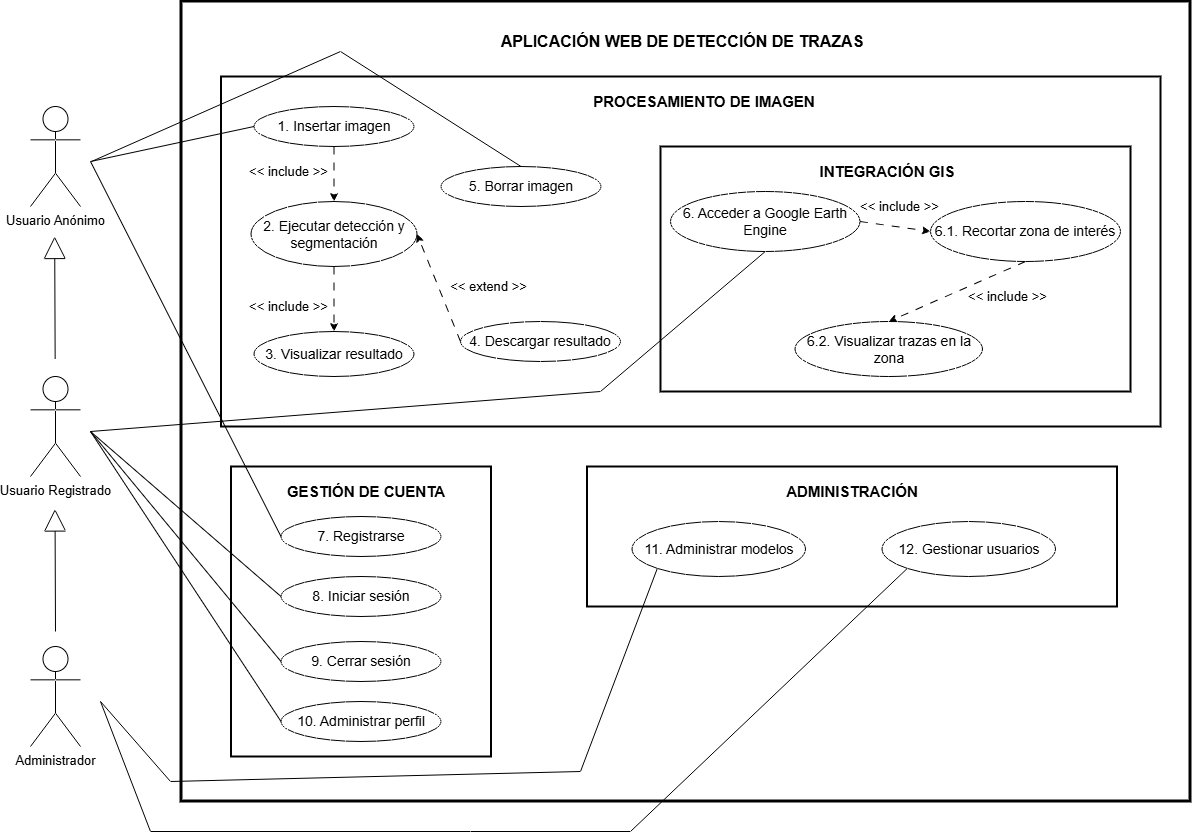
The draw.io diagram doc/img/CasosDeUso.png in Marcurio22/TFG-Marcos-Zamorano, before a commit. Source tidied: cells renumbered, new cells last; positions are measured from the earlier drawing's top-left corner, leaving out a move shared by most shapes.
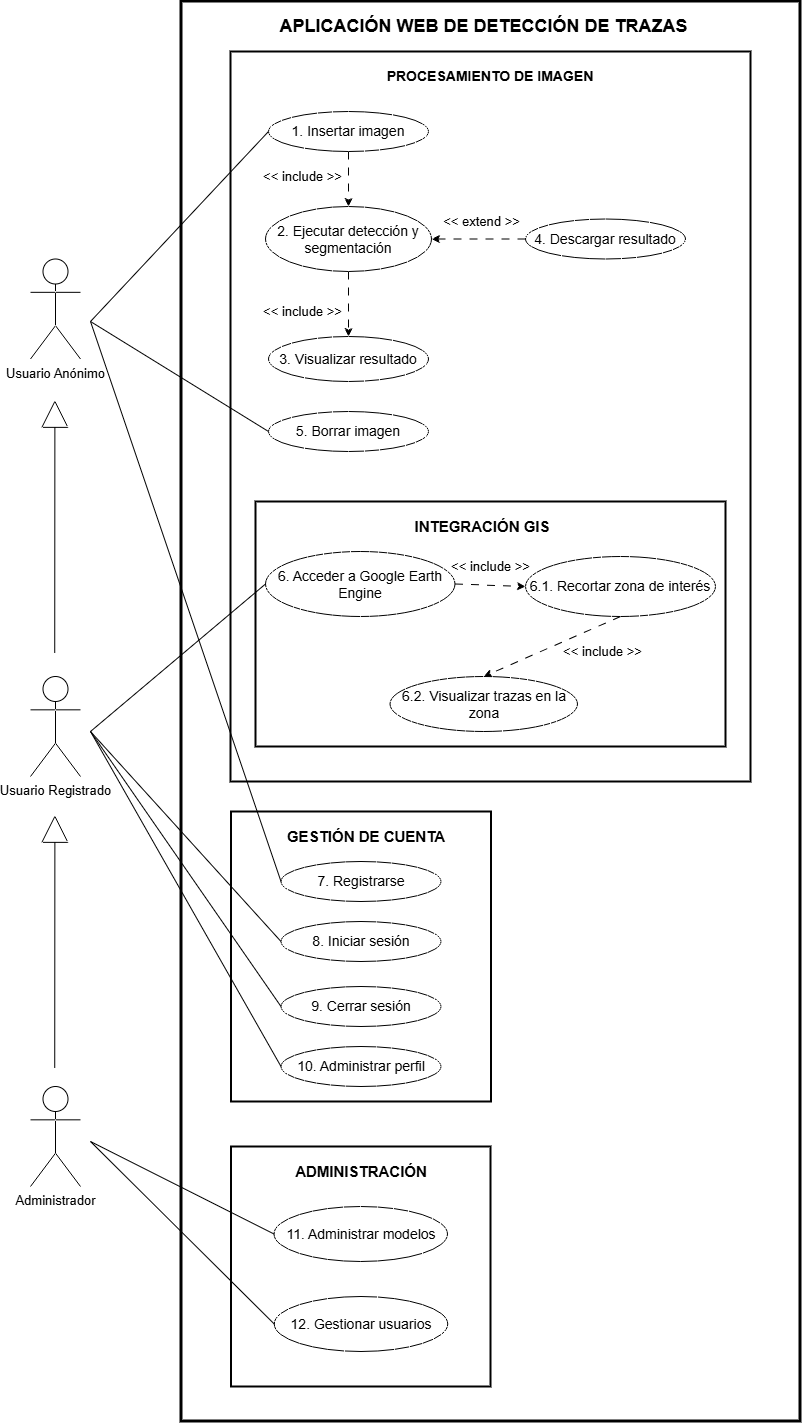
Later version of the same file.

Commit message:
Diagrama CU arreglado

Change to the diagram source:
```diff
@@ -3,187 +3,172 @@
     <mxCell id="0" />
     <mxCell id="1" parent="0" />
     <mxCell id="2" value="&lt;font style=&quot;font-size: 13px;&quot;&gt;Usuario Registrado&lt;/font&gt;" style="shape=umlActor;verticalLabelPosition=bottom;verticalAlign=top;html=1;" parent="1" vertex="1">
-      <mxGeometry y="375" width="50" height="100" as="geometry" />
+      <mxGeometry y="635" width="50" height="100" as="geometry" />
     </mxCell>
     <mxCell id="3" style="rounded=0;whiteSpace=wrap;html=1;fillColor=none;strokeWidth=3;" parent="1" vertex="1">
-      <mxGeometry x="151" width="1009" height="800" as="geometry" />
+      <mxGeometry x="151" y="-40" width="619" height="1420" as="geometry" />
     </mxCell>
     <mxCell id="4" style="rounded=0;whiteSpace=wrap;html=1;fillColor=none;strokeWidth=2;" parent="1" vertex="1">
-      <mxGeometry x="200.5" y="465" width="260" height="290" as="geometry" />
+      <mxGeometry x="200.5" y="770" width="260" height="290" as="geometry" />
     </mxCell>
     <mxCell id="5" value="&lt;font style=&quot;font-size: 15px;&quot;&gt;&lt;b&gt;GESTIÓN DE CUENTA&lt;/b&gt;&lt;/font&gt;" style="text;html=1;align=center;verticalAlign=middle;whiteSpace=wrap;rounded=0;" parent="1" vertex="1">
-      <mxGeometry x="235.5" y="475" width="200" height="30" as="geometry" />
+      <mxGeometry x="235.5" y="780" width="200" height="30" as="geometry" />
     </mxCell>
     <mxCell id="6" value="&lt;span style=&quot;font-size: 14px;&quot;&gt;8. Iniciar sesión&lt;/span&gt;" style="ellipse;whiteSpace=wrap;html=1;" parent="1" vertex="1">
-      <mxGeometry x="250.5" y="575" width="160" height="40" as="geometry" />
+      <mxGeometry x="250.5" y="880" width="160" height="40" as="geometry" />
     </mxCell>
     <mxCell id="7" value="&lt;span style=&quot;font-size: 14px;&quot;&gt;10. Administrar perfil&lt;/span&gt;" style="ellipse;whiteSpace=wrap;html=1;" parent="1" vertex="1">
-      <mxGeometry x="250.5" y="700" width="160" height="40" as="geometry" />
+      <mxGeometry x="250.5" y="1005" width="160" height="40" as="geometry" />
     </mxCell>
     <mxCell id="8" value="&lt;span style=&quot;font-size: 14px;&quot;&gt;9. Cerrar sesión&lt;/span&gt;" style="ellipse;whiteSpace=wrap;html=1;" parent="1" vertex="1">
-      <mxGeometry x="250.5" y="640" width="160" height="40" as="geometry" />
+      <mxGeometry x="250.5" y="945" width="160" height="40" as="geometry" />
     </mxCell>
     <mxCell id="9" value="&lt;font style=&quot;font-size: 13px;&quot;&gt;Usuario Anónimo&lt;/font&gt;" style="shape=umlActor;verticalLabelPosition=bottom;verticalAlign=top;html=1;" parent="1" vertex="1">
-      <mxGeometry y="105" width="50" height="100" as="geometry" />
+      <mxGeometry y="217.5" width="50" height="100" as="geometry" />
     </mxCell>
-    <mxCell id="10" style="endArrow=block;html=1;rounded=0;endFill=0;strokeWidth=1;endSize=20;" parent="1" edge="1">
-      <mxGeometry relative="1" as="geometry">
-        <mxPoint x="25" y="630" as="sourcePoint" />
-        <mxPoint x="24.5" y="507.5" as="targetPoint" />
-      </mxGeometry>
-    </mxCell>
-    <mxCell id="11" value="&lt;font&gt;APLICACIÓN WEB DE DETECCIÓN DE TRAZAS&lt;/font&gt;" style="text;html=1;align=center;verticalAlign=middle;whiteSpace=wrap;rounded=0;fontSize=16;fontStyle=1;" parent="1" vertex="1">
-      <mxGeometry x="451.5" y="25" width="400" height="30" as="geometry" />
+    <mxCell id="11" value="&lt;font&gt;APLICACIÓN WEB DE DETECCIÓN DE TRAZAS&lt;/font&gt;" style="text;html=1;align=center;verticalAlign=middle;whiteSpace=wrap;rounded=0;fontSize=18;fontStyle=1;" parent="1" vertex="1">
+      <mxGeometry x="241" y="-30" width="424.5" height="30" as="geometry" />
     </mxCell>
     <mxCell id="12" style="rounded=0;whiteSpace=wrap;html=1;fillColor=none;strokeWidth=2;" parent="1" vertex="1">
-      <mxGeometry x="190.5" y="75" width="939.5" height="350" as="geometry" />
+      <mxGeometry x="200" y="10" width="520" height="730" as="geometry" />
     </mxCell>
-    <mxCell id="13" value="&lt;font style=&quot;font-size: 15px;&quot;&gt;&lt;b&gt;PROCESAMIENTO DE IMAGEN&lt;/b&gt;&lt;/font&gt;" style="text;html=1;align=center;verticalAlign=middle;whiteSpace=wrap;rounded=0;" parent="1" vertex="1">
-      <mxGeometry x="533.5" y="85" width="280" height="30" as="geometry" />
+    <mxCell id="13" value="&lt;font&gt;&lt;b&gt;PROCESAMIENTO DE IMAGEN&lt;/b&gt;&lt;/font&gt;" style="text;html=1;align=center;verticalAlign=middle;whiteSpace=wrap;rounded=0;fontSize=14;" parent="1" vertex="1">
+      <mxGeometry x="320" y="20" width="280" height="30" as="geometry" />
     </mxCell>
     <mxCell id="14" value="&lt;span style=&quot;font-size: 14px;&quot;&gt;1. Insertar imagen&lt;/span&gt;" style="ellipse;whiteSpace=wrap;html=1;" parent="1" vertex="1">
-      <mxGeometry x="223.5" y="105" width="160" height="40" as="geometry" />
+      <mxGeometry x="238" y="70" width="160" height="40" as="geometry" />
     </mxCell>
     <mxCell id="15" value="&lt;span style=&quot;font-size: 14px;&quot;&gt;2. Ejecutar detección y segmentación&lt;/span&gt;" style="ellipse;whiteSpace=wrap;html=1;" parent="1" vertex="1">
-      <mxGeometry x="220.5" y="200" width="166" height="65" as="geometry" />
+      <mxGeometry x="235" y="165" width="166" height="65" as="geometry" />
     </mxCell>
     <mxCell id="16" value="&lt;span style=&quot;font-size: 14px;&quot;&gt;3. Visualizar resultado&lt;/span&gt;" style="ellipse;whiteSpace=wrap;html=1;" parent="1" vertex="1">
-      <mxGeometry x="223.5" y="330" width="160" height="45" as="geometry" />
+      <mxGeometry x="238" y="295" width="160" height="45" as="geometry" />
     </mxCell>
     <mxCell id="17" value="&lt;span style=&quot;font-size: 14px;&quot;&gt;5. Borrar imagen&lt;/span&gt;" style="ellipse;whiteSpace=wrap;html=1;" parent="1" vertex="1">
-      <mxGeometry x="410.5" y="165" width="160" height="40" as="geometry" />
+      <mxGeometry x="238" y="370" width="160" height="40" as="geometry" />
     </mxCell>
     <mxCell id="18" value="&lt;span style=&quot;font-size: 14px;&quot;&gt;4. Descargar resultado&lt;/span&gt;" style="ellipse;whiteSpace=wrap;html=1;" parent="1" vertex="1">
-      <mxGeometry x="430" y="320" width="160" height="40" as="geometry" />
+      <mxGeometry x="495" y="177.5" width="160" height="40" as="geometry" />
     </mxCell>
     <mxCell id="19" style="rounded=0;whiteSpace=wrap;html=1;fillColor=none;strokeWidth=2;" parent="1" vertex="1">
-      <mxGeometry x="630" y="145" width="470" height="245" as="geometry" />
+      <mxGeometry x="225" y="460" width="470" height="245" as="geometry" />
     </mxCell>
     <mxCell id="20" value="&lt;span style=&quot;font-size: 15px;&quot;&gt;&lt;b&gt;INTEGRACIÓN GIS&lt;/b&gt;&lt;/span&gt;" style="text;html=1;align=center;verticalAlign=middle;whiteSpace=wrap;rounded=0;" parent="1" vertex="1">
-      <mxGeometry x="716.5" y="155" width="280" height="30" as="geometry" />
+      <mxGeometry x="311.5" y="470" width="280" height="30" as="geometry" />
     </mxCell>
     <mxCell id="21" style="rounded=0;jettySize=auto;html=1;exitX=1;exitY=0.5;exitDx=0;exitDy=0;entryX=0;entryY=0.5;entryDx=0;entryDy=0;dashed=1;dashPattern=8 8;" parent="1" edge="1" source="22" target="24">
       <mxGeometry relative="1" as="geometry" />
     </mxCell>
     <mxCell id="22" value="&lt;span style=&quot;font-size: 14px;&quot;&gt;6. Acceder a Google Earth Engine&lt;/span&gt;" style="ellipse;whiteSpace=wrap;html=1;" parent="1" vertex="1">
-      <mxGeometry x="640" y="190" width="189.5" height="60" as="geometry" />
+      <mxGeometry x="235" y="510" width="189.5" height="65" as="geometry" />
     </mxCell>
     <mxCell id="23" style="rounded=0;jettySize=auto;html=1;exitX=0.5;exitY=1;exitDx=0;exitDy=0;entryX=0.5;entryY=0;entryDx=0;entryDy=0;dashed=1;dashPattern=8 8;" parent="1" edge="1" source="24" target="25">
       <mxGeometry relative="1" as="geometry" />
     </mxCell>
     <mxCell id="24" value="&lt;span style=&quot;font-size: 14px;&quot;&gt;6.1. Recortar zona de interés&lt;/span&gt;" style="ellipse;whiteSpace=wrap;html=1;" parent="1" vertex="1">
-      <mxGeometry x="900" y="200" width="190" height="60" as="geometry" />
+      <mxGeometry x="495" y="515" width="190" height="60" as="geometry" />
     </mxCell>
     <mxCell id="25" value="&lt;span style=&quot;font-size: 14px;&quot;&gt;6.2. Visualizar trazas en la zona&lt;/span&gt;" style="ellipse;whiteSpace=wrap;html=1;" parent="1" vertex="1">
-      <mxGeometry x="764.5" y="320" width="187.5" height="55" as="geometry" />
+      <mxGeometry x="359.5" y="635" width="187.5" height="55" as="geometry" />
     </mxCell>
     <mxCell id="26" style="rounded=0;jettySize=auto;html=1;entryX=0.5;entryY=0;entryDx=0;entryDy=0;dashed=1;dashPattern=8 8;exitX=0.5;exitY=1;exitDx=0;exitDy=0;" parent="1" edge="1" source="14" target="15">
       <mxGeometry relative="1" as="geometry" />
     </mxCell>
     <mxCell id="27" value="&lt;font style=&quot;font-size: 13px;&quot;&gt;&amp;lt;&amp;lt; include &amp;gt;&amp;gt;&lt;/font&gt;" style="text;html=1;align=center;verticalAlign=middle;whiteSpace=wrap;rounded=0;rotation=0;" parent="1" vertex="1">
-      <mxGeometry x="210.5" y="155" width="95" height="30" as="geometry" />
+      <mxGeometry x="225" y="120" width="95" height="30" as="geometry" />
     </mxCell>
     <mxCell id="28" style="rounded=0;jettySize=auto;html=1;exitX=0.5;exitY=1;exitDx=0;exitDy=0;entryX=0.5;entryY=0;entryDx=0;entryDy=0;dashed=1;dashPattern=8 8;" parent="1" edge="1" source="15" target="16">
       <mxGeometry relative="1" as="geometry" />
     </mxCell>
     <mxCell id="29" value="&lt;font style=&quot;font-size: 13px;&quot;&gt;&amp;lt;&amp;lt; include &amp;gt;&amp;gt;&lt;/font&gt;" style="text;html=1;align=center;verticalAlign=middle;whiteSpace=wrap;rounded=0;rotation=0;" parent="1" vertex="1">
-      <mxGeometry x="210.5" y="290" width="95" height="30" as="geometry" />
+      <mxGeometry x="225" y="255" width="95" height="30" as="geometry" />
     </mxCell>
     <mxCell id="30" style="rounded=0;jettySize=auto;html=1;exitX=0;exitY=0.5;exitDx=0;exitDy=0;dashed=1;dashPattern=8 8;entryX=1;entryY=0.5;entryDx=0;entryDy=0;" parent="1" edge="1" source="18" target="15">
       <mxGeometry relative="1" as="geometry" />
     </mxCell>
     <mxCell id="31" value="&lt;font style=&quot;font-size: 13px;&quot;&gt;&amp;lt;&amp;lt; extend &amp;gt;&amp;gt;&lt;/font&gt;" style="text;html=1;align=center;verticalAlign=middle;whiteSpace=wrap;rounded=0;rotation=0;" parent="1" vertex="1">
-      <mxGeometry x="410.5" y="270" width="95" height="30" as="geometry" />
+      <mxGeometry x="404" y="165" width="95" height="30" as="geometry" />
     </mxCell>
     <mxCell id="32" value="&lt;font style=&quot;font-size: 13px;&quot;&gt;&amp;lt;&amp;lt; include &amp;gt;&amp;gt;&lt;/font&gt;" style="text;html=1;align=center;verticalAlign=middle;whiteSpace=wrap;rounded=0;rotation=0;" parent="1" vertex="1">
-      <mxGeometry x="821.5" y="190" width="95" height="30" as="geometry" />
+      <mxGeometry x="412.5" y="510" width="95" height="30" as="geometry" />
     </mxCell>
     <mxCell id="33" value="&lt;font style=&quot;font-size: 13px;&quot;&gt;&amp;lt;&amp;lt; include &amp;gt;&amp;gt;&lt;/font&gt;" style="text;html=1;align=center;verticalAlign=middle;whiteSpace=wrap;rounded=0;rotation=0;" parent="1" vertex="1">
-      <mxGeometry x="930" y="280" width="95" height="30" as="geometry" />
+      <mxGeometry x="525" y="595" width="95" height="30" as="geometry" />
     </mxCell>
     <mxCell id="34" style="rounded=0;whiteSpace=wrap;html=1;fillColor=none;strokeWidth=2;" parent="1" vertex="1">
-      <mxGeometry x="556.5" y="465" width="530" height="140" as="geometry" />
+      <mxGeometry x="200.5" y="1105" width="259.5" height="240" as="geometry" />
     </mxCell>
     <mxCell id="35" value="&lt;font style=&quot;font-size: 15px;&quot;&gt;&lt;b&gt;ADMINISTRACIÓN&lt;/b&gt;&lt;/font&gt;" style="text;html=1;align=center;verticalAlign=middle;whiteSpace=wrap;rounded=0;" parent="1" vertex="1">
-      <mxGeometry x="791.5" y="475" width="60" height="30" as="geometry" />
+      <mxGeometry x="300.5" y="1115" width="60" height="30" as="geometry" />
     </mxCell>
     <mxCell id="36" value="&lt;font style=&quot;font-size: 14px;&quot;&gt;11. Administrar modelos&lt;/font&gt;" style="ellipse;whiteSpace=wrap;html=1;" parent="1" vertex="1">
-      <mxGeometry x="601.5" y="520" width="173.5" height="55" as="geometry" />
+      <mxGeometry x="243.5" y="1165" width="173.5" height="55" as="geometry" />
     </mxCell>
     <mxCell id="37" value="&lt;font style=&quot;font-size: 14px;&quot;&gt;12. Gestionar usuarios&lt;/font&gt;" style="ellipse;whiteSpace=wrap;html=1;" parent="1" vertex="1">
-      <mxGeometry x="851.5" y="520" width="173.5" height="55" as="geometry" />
+      <mxGeometry x="243.8" y="1255" width="173.5" height="55" as="geometry" />
     </mxCell>
     <mxCell id="38" value="&lt;font style=&quot;font-size: 13px;&quot;&gt;Administrador&lt;/font&gt;" style="shape=umlActor;verticalLabelPosition=bottom;verticalAlign=top;html=1;" parent="1" vertex="1">
-      <mxGeometry y="645" width="50" height="100" as="geometry" />
+      <mxGeometry y="1045" width="50" height="100" as="geometry" />
     </mxCell>
     <mxCell id="39" value="&lt;span style=&quot;font-size: 14px;&quot;&gt;7. Registrarse&lt;/span&gt;" style="ellipse;whiteSpace=wrap;html=1;" parent="1" vertex="1">
-      <mxGeometry x="250.5" y="515" width="160" height="40" as="geometry" />
+      <mxGeometry x="250.5" y="820" width="160" height="40" as="geometry" />
     </mxCell>
-    <mxCell id="40" style="endArrow=block;html=1;rounded=0;endFill=0;strokeWidth=1;endSize=20;" parent="1" edge="1">
+    <mxCell id="40" style="endArrow=block;html=1;rounded=0;endFill=0;strokeWidth=1;endSize=25;" parent="1" edge="1">
       <mxGeometry relative="1" as="geometry">
-        <mxPoint x="24.6" y="357.5" as="sourcePoint" />
-        <mxPoint x="24.2" y="235" as="targetPoint" />
+        <mxPoint x="24.2" y="611.2" as="sourcePoint" />
+        <mxPoint x="24.4" y="358.8" as="targetPoint" />
       </mxGeometry>
     </mxCell>
     <mxCell id="41" style="endArrow=none;html=1;rounded=0;entryX=0;entryY=0.5;entryDx=0;entryDy=0;strokeWidth=1;startSize=11;endSize=11;" parent="1" edge="1" target="14">
       <mxGeometry relative="1" as="geometry">
-        <mxPoint x="60" y="160" as="sourcePoint" />
+        <mxPoint x="60" y="280" as="sourcePoint" />
       </mxGeometry>
     </mxCell>
-    <mxCell id="42" style="endArrow=none;html=1;rounded=0;strokeWidth=1;startSize=11;endSize=11;entryX=0.5;entryY=0;entryDx=0;entryDy=0;" parent="1" edge="1" target="17">
-      <mxGeometry relative="1" as="geometry">
-        <mxPoint x="61" y="160" as="sourcePoint" />
-        <Array as="points">
-          <mxPoint x="310" y="50" />
-        </Array>
-      </mxGeometry>
-    </mxCell>
     <mxCell id="43" style="endArrow=none;html=1;rounded=0;entryX=0;entryY=0.5;entryDx=0;entryDy=0;strokeWidth=1;startSize=11;endSize=11;" parent="1" edge="1" target="39">
       <mxGeometry relative="1" as="geometry">
-        <mxPoint x="60" y="160" as="sourcePoint" />
+        <mxPoint x="60" y="280" as="sourcePoint" />
       </mxGeometry>
     </mxCell>
     <mxCell id="44" style="endArrow=none;html=1;rounded=0;entryX=0;entryY=0.5;entryDx=0;entryDy=0;strokeWidth=1;startSize=11;endSize=11;" parent="1" edge="1" target="6">
       <mxGeometry relative="1" as="geometry">
-        <mxPoint x="60" y="430" as="sourcePoint" />
+        <mxPoint x="60" y="690" as="sourcePoint" />
       </mxGeometry>
     </mxCell>
     <mxCell id="45" style="endArrow=none;html=1;rounded=0;entryX=0;entryY=0.5;entryDx=0;entryDy=0;strokeWidth=1;startSize=11;endSize=11;" parent="1" edge="1" target="8">
       <mxGeometry relative="1" as="geometry">
-        <mxPoint x="60" y="430" as="sourcePoint" />
+        <mxPoint x="60" y="690" as="sourcePoint" />
       </mxGeometry>
     </mxCell>
     <mxCell id="46" style="endArrow=none;html=1;rounded=0;entryX=0;entryY=0.5;entryDx=0;entryDy=0;strokeWidth=1;startSize=11;endSize=11;" parent="1" edge="1" target="7">
       <mxGeometry relative="1" as="geometry">
-        <mxPoint x="60" y="430" as="sourcePoint" />
+        <mxPoint x="60" y="690" as="sourcePoint" />
       </mxGeometry>
     </mxCell>
-    <mxCell id="47" style="endArrow=none;html=1;rounded=0;entryX=0.5;entryY=1;entryDx=0;entryDy=0;strokeWidth=1;startSize=11;endSize=11;" parent="1" edge="1" target="22">
-      <mxGeometry relative="1" as="geometry">
-        <mxPoint x="60" y="430" as="sourcePoint" />
-        <Array as="points">
-          <mxPoint x="570" y="390" />
-        </Array>
-      </mxGeometry>
-    </mxCell>
-    <mxCell id="48" style="endArrow=none;html=1;rounded=0;entryX=0;entryY=1;entryDx=0;entryDy=0;strokeWidth=1;startSize=11;endSize=11;" parent="1" edge="1" target="36">
-      <mxGeometry relative="1" as="geometry">
-        <mxPoint x="70" y="700" as="sourcePoint" />
-        <Array as="points">
-          <mxPoint x="140" y="780" />
-          <mxPoint x="550" y="770" />
-        </Array>
-      </mxGeometry>
-    </mxCell>
-    <mxCell id="49" style="endArrow=none;html=1;rounded=0;entryX=0;entryY=1;entryDx=0;entryDy=0;strokeWidth=1;startSize=11;endSize=11;" parent="1" edge="1" target="37">
-      <mxGeometry relative="1" as="geometry">
-        <mxPoint x="70" y="700" as="sourcePoint" />
-        <Array as="points">
-          <mxPoint x="120" y="830" />
-          <mxPoint x="440" y="830" />
-          <mxPoint x="600" y="830" />
-        </Array>
-      </mxGeometry>
-    </mxCell>
+    <mxCell id="50" style="endArrow=none;html=1;rounded=0;entryX=0;entryY=0.5;entryDx=0;entryDy=0;strokeWidth=1;startSize=11;endSize=11;" parent="1" edge="1" target="36">
+      <mxGeometry relative="1" as="geometry">
+        <mxPoint x="60" y="1100" as="sourcePoint" />
+      </mxGeometry>
+    </mxCell>
+    <mxCell id="51" style="endArrow=none;html=1;rounded=0;entryX=0;entryY=0.5;entryDx=0;entryDy=0;strokeWidth=1;startSize=11;endSize=11;" parent="1" edge="1" target="37">
+      <mxGeometry relative="1" as="geometry">
+        <mxPoint x="60" y="1100" as="sourcePoint" />
+      </mxGeometry>
+    </mxCell>
+    <mxCell id="52" style="endArrow=none;html=1;rounded=0;entryX=0;entryY=0.5;entryDx=0;entryDy=0;strokeWidth=1;startSize=11;endSize=11;" parent="1" edge="1" target="17">
+      <mxGeometry relative="1" as="geometry">
+        <mxPoint x="60" y="280" as="sourcePoint" />
+      </mxGeometry>
+    </mxCell>
+    <mxCell id="53" style="endArrow=block;html=1;rounded=0;endFill=0;strokeWidth=1;endSize=25;" parent="1" edge="1">
+      <mxGeometry relative="1" as="geometry">
+        <mxPoint x="24.2" y="1026.2" as="sourcePoint" />
+        <mxPoint x="24.4" y="773.8" as="targetPoint" />
+      </mxGeometry>
+    </mxCell>
+    <mxCell id="54" style="endArrow=none;html=1;rounded=0;entryX=0;entryY=0.5;entryDx=0;entryDy=0;strokeWidth=1;startSize=11;endSize=11;" parent="1" edge="1" target="22">
+      <mxGeometry relative="1" as="geometry">
+        <mxPoint x="60" y="690" as="sourcePoint" />
+      </mxGeometry>
+    </mxCell>
   </root>
 </mxGraphModel>
```
